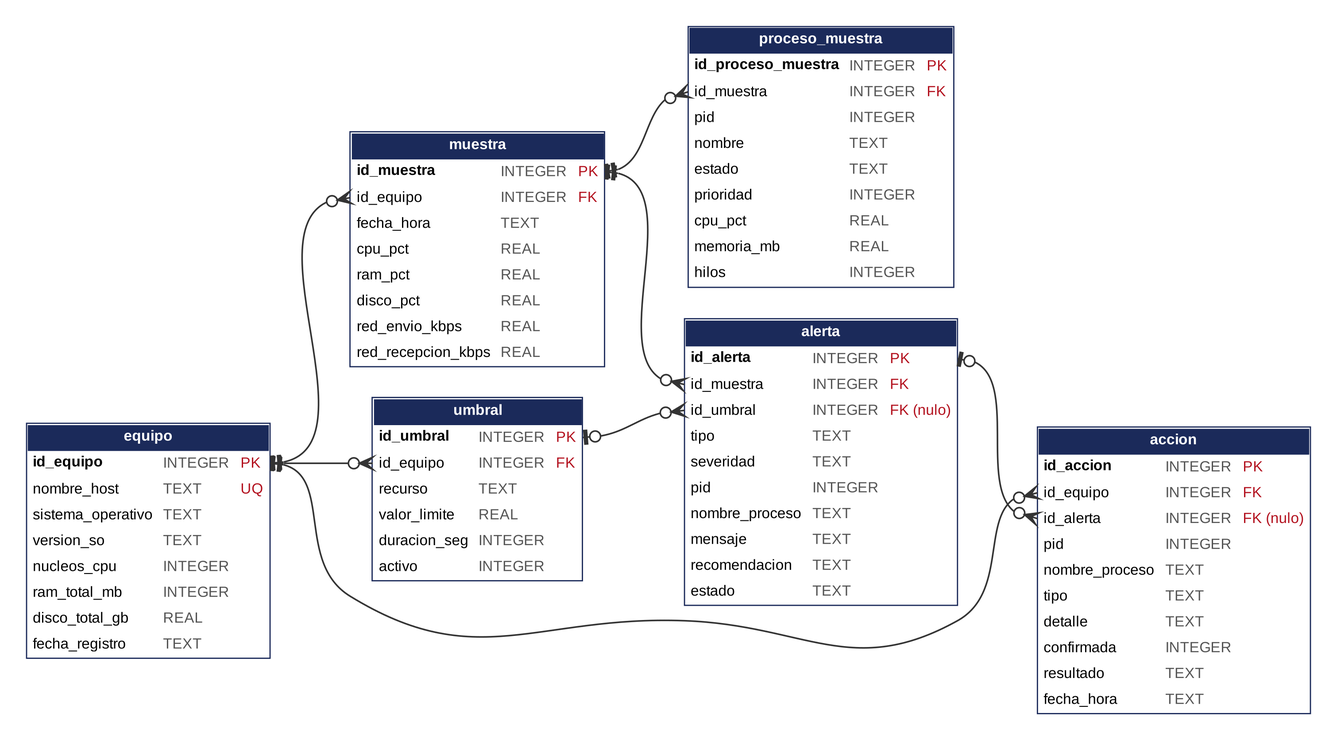
This is docs/diagramas/modelo_relacional.png from gustavo8015/MIRS_SISTEMASOPERATIVOS_G2, a Graphviz export, as it was before one commit. Its source is kept beside it as docs/diagramas/modelo_relacional.dot.
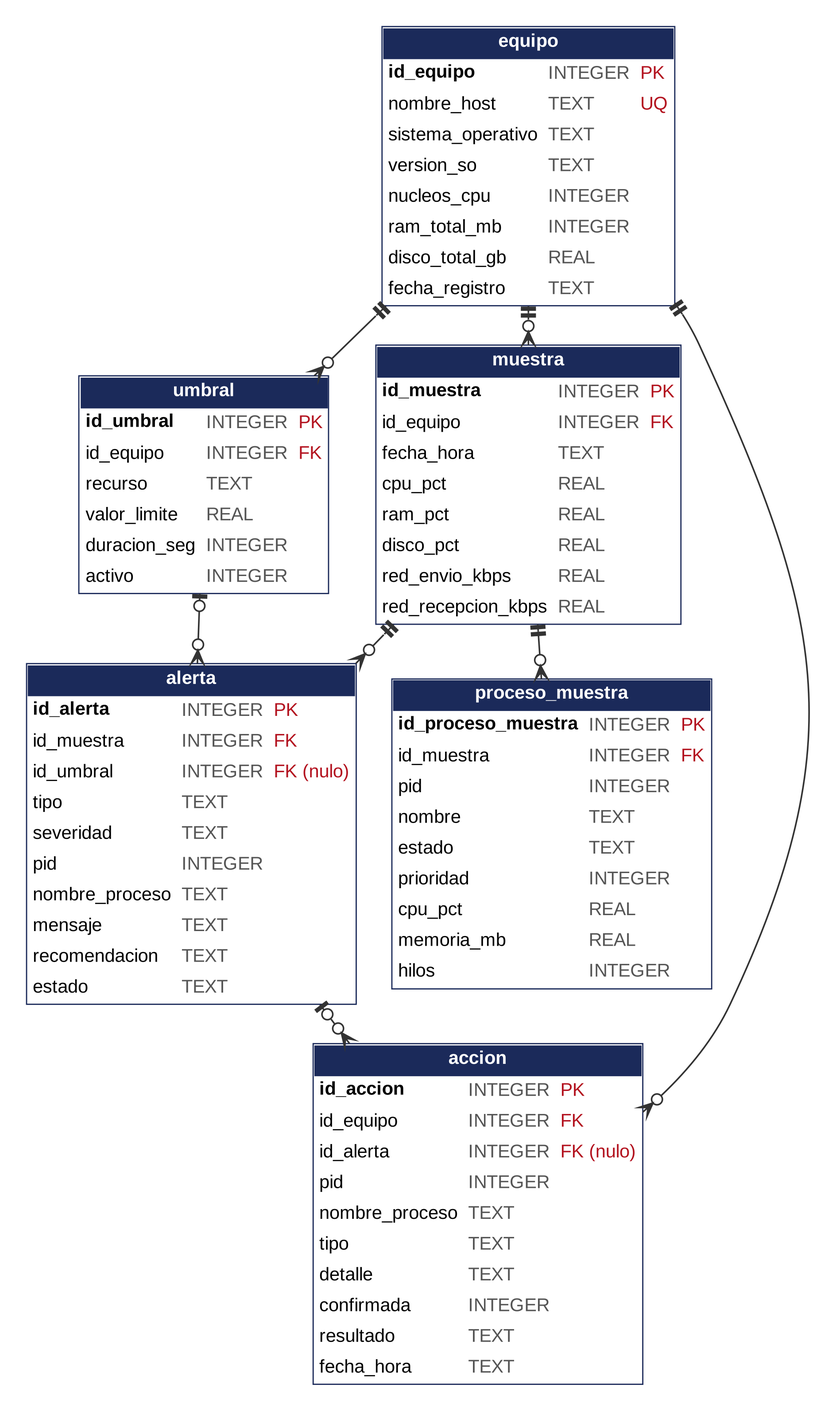
The same file after the commit.

Commit message:
docs(diagramas): modelo relacional en vertical para que sea legible en página carta

Claude-Session: https://claude.ai/code/session_01SipPYDzECWarCKyyhdepmi

Change to the diagram source:
```diff
@@ -1,6 +1,6 @@
 digraph MER {
-graph [rankdir=LR, fontname="Liberation Sans", nodesep=0.35, ranksep=0.9, splines=spline, pad=0.3, dpi=200];
-node [shape=plain, fontname="Liberation Sans", fontsize=12];
+graph [rankdir=TB, fontname="Liberation Sans", nodesep=0.4, ranksep=0.45, splines=spline, pad=0.3, dpi=200];
+node [shape=plain, fontname="Liberation Sans", fontsize=15];
 edge [dir=both, color="#333333", penwidth=1.3, arrowsize=1.1];
 equipo [label=<<TABLE BORDER="1" CELLBORDER="0" CELLSPACING="0" CELLPADDING="4" COLOR="#1b2a5a"><TR><TD COLSPAN="3" BGCOLOR="#1b2a5a"><FONT COLOR="white"><B>equipo</B></FONT></TD></TR><TR><TD ALIGN="LEFT" PORT="id_equipo_l"><B>id_equipo</B></TD><TD ALIGN="LEFT"><FONT COLOR="#555555">INTEGER</FONT></TD><TD ALIGN="LEFT" PORT="id_equipo_r"><FONT COLOR="#b3121f">PK</FONT></TD></TR><TR><TD ALIGN="LEFT" PORT="nombre_host_l">nombre_host</TD><TD ALIGN="LEFT"><FONT COLOR="#555555">TEXT</FONT></TD><TD ALIGN="LEFT" PORT="nombre_host_r"><FONT COLOR="#b3121f">UQ</FONT></TD></TR><TR><TD ALIGN="LEFT" PORT="sistema_operativo_l">sistema_operativo</TD><TD ALIGN="LEFT"><FONT COLOR="#555555">TEXT</FONT></TD><TD ALIGN="LEFT" PORT="sistema_operativo_r"><FONT COLOR="#b3121f"> </FONT></TD></TR><TR><TD ALIGN="LEFT" PORT="version_so_l">version_so</TD><TD ALIGN="LEFT"><FONT COLOR="#555555">TEXT</FONT></TD><TD ALIGN="LEFT" PORT="version_so_r"><FONT COLOR="#b3121f"> </FONT></TD></TR><TR><TD ALIGN="LEFT" PORT="nucleos_cpu_l">nucleos_cpu</TD><TD ALIGN="LEFT"><FONT COLOR="#555555">INTEGER</FONT></TD><TD ALIGN="LEFT" PORT="nucleos_cpu_r"><FONT COLOR="#b3121f"> </FONT></TD></TR><TR><TD ALIGN="LEFT" PORT="ram_total_mb_l">ram_total_mb</TD><TD ALIGN="LEFT"><FONT COLOR="#555555">INTEGER</FONT></TD><TD ALIGN="LEFT" PORT="ram_total_mb_r"><FONT COLOR="#b3121f"> </FONT></TD></TR><TR><TD ALIGN="LEFT" PORT="disco_total_gb_l">disco_total_gb</TD><TD ALIGN="LEFT"><FONT COLOR="#555555">REAL</FONT></TD><TD ALIGN="LEFT" PORT="disco_total_gb_r"><FONT COLOR="#b3121f"> </FONT></TD></TR><TR><TD ALIGN="LEFT" PORT="fecha_registro_l">fecha_registro</TD><TD ALIGN="LEFT"><FONT COLOR="#555555">TEXT</FONT></TD><TD ALIGN="LEFT" PORT="fecha_registro_r"><FONT COLOR="#b3121f"> </FONT></TD></TR></TABLE>>];
 umbral [label=<<TABLE BORDER="1" CELLBORDER="0" CELLSPACING="0" CELLPADDING="4" COLOR="#1b2a5a"><TR><TD COLSPAN="3" BGCOLOR="#1b2a5a"><FONT COLOR="white"><B>umbral</B></FONT></TD></TR><TR><TD ALIGN="LEFT" PORT="id_umbral_l"><B>id_umbral</B></TD><TD ALIGN="LEFT"><FONT COLOR="#555555">INTEGER</FONT></TD><TD ALIGN="LEFT" PORT="id_umbral_r"><FONT COLOR="#b3121f">PK</FONT></TD></TR><TR><TD ALIGN="LEFT" PORT="id_equipo_l">id_equipo</TD><TD ALIGN="LEFT"><FONT COLOR="#555555">INTEGER</FONT></TD><TD ALIGN="LEFT" PORT="id_equipo_r"><FONT COLOR="#b3121f">FK</FONT></TD></TR><TR><TD ALIGN="LEFT" PORT="recurso_l">recurso</TD><TD ALIGN="LEFT"><FONT COLOR="#555555">TEXT</FONT></TD><TD ALIGN="LEFT" PORT="recurso_r"><FONT COLOR="#b3121f"> </FONT></TD></TR><TR><TD ALIGN="LEFT" PORT="valor_limite_l">valor_limite</TD><TD ALIGN="LEFT"><FONT COLOR="#555555">REAL</FONT></TD><TD ALIGN="LEFT" PORT="valor_limite_r"><FONT COLOR="#b3121f"> </FONT></TD></TR><TR><TD ALIGN="LEFT" PORT="duracion_seg_l">duracion_seg</TD><TD ALIGN="LEFT"><FONT COLOR="#555555">INTEGER</FONT></TD><TD ALIGN="LEFT" PORT="duracion_seg_r"><FONT COLOR="#b3121f"> </FONT></TD></TR><TR><TD ALIGN="LEFT" PORT="activo_l">activo</TD><TD ALIGN="LEFT"><FONT COLOR="#555555">INTEGER</FONT></TD><TD ALIGN="LEFT" PORT="activo_r"><FONT COLOR="#b3121f"> </FONT></TD></TR></TABLE>>];
@@ -8,12 +8,12 @@
 proceso_muestra [label=<<TABLE BORDER="1" CELLBORDER="0" CELLSPACING="0" CELLPADDING="4" COLOR="#1b2a5a"><TR><TD COLSPAN="3" BGCOLOR="#1b2a5a"><FONT COLOR="white"><B>proceso_muestra</B></FONT></TD></TR><TR><TD ALIGN="LEFT" PORT="id_proceso_muestra_l"><B>id_proceso_muestra</B></TD><TD ALIGN="LEFT"><FONT COLOR="#555555">INTEGER</FONT></TD><TD ALIGN="LEFT" PORT="id_proceso_muestra_r"><FONT COLOR="#b3121f">PK</FONT></TD></TR><TR><TD ALIGN="LEFT" PORT="id_muestra_l">id_muestra</TD><TD ALIGN="LEFT"><FONT COLOR="#555555">INTEGER</FONT></TD><TD ALIGN="LEFT" PORT="id_muestra_r"><FONT COLOR="#b3121f">FK</FONT></TD></TR><TR><TD ALIGN="LEFT" PORT="pid_l">pid</TD><TD ALIGN="LEFT"><FONT COLOR="#555555">INTEGER</FONT></TD><TD ALIGN="LEFT" PORT="pid_r"><FONT COLOR="#b3121f"> </FONT></TD></TR><TR><TD ALIGN="LEFT" PORT="nombre_l">nombre</TD><TD ALIGN="LEFT"><FONT COLOR="#555555">TEXT</FONT></TD><TD ALIGN="LEFT" PORT="nombre_r"><FONT COLOR="#b3121f"> </FONT></TD></TR><TR><TD ALIGN="LEFT" PORT="estado_l">estado</TD><TD ALIGN="LEFT"><FONT COLOR="#555555">TEXT</FONT></TD><TD ALIGN="LEFT" PORT="estado_r"><FONT COLOR="#b3121f"> </FONT></TD></TR><TR><TD ALIGN="LEFT" PORT="prioridad_l">prioridad</TD><TD ALIGN="LEFT"><FONT COLOR="#555555">INTEGER</FONT></TD><TD ALIGN="LEFT" PORT="prioridad_r"><FONT COLOR="#b3121f"> </FONT></TD></TR><TR><TD ALIGN="LEFT" PORT="cpu_pct_l">cpu_pct</TD><TD ALIGN="LEFT"><FONT COLOR="#555555">REAL</FONT></TD><TD ALIGN="LEFT" PORT="cpu_pct_r"><FONT COLOR="#b3121f"> </FONT></TD></TR><TR><TD ALIGN="LEFT" PORT="memoria_mb_l">memoria_mb</TD><TD ALIGN="LEFT"><FONT COLOR="#555555">REAL</FONT></TD><TD ALIGN="LEFT" PORT="memoria_mb_r"><FONT COLOR="#b3121f"> </FONT></TD></TR><TR><TD ALIGN="LEFT" PORT="hilos_l">hilos</TD><TD ALIGN="LEFT"><FONT COLOR="#555555">INTEGER</FONT></TD><TD ALIGN="LEFT" PORT="hilos_r"><FONT COLOR="#b3121f"> </FONT></TD></TR></TABLE>>];
 alerta [label=<<TABLE BORDER="1" CELLBORDER="0" CELLSPACING="0" CELLPADDING="4" COLOR="#1b2a5a"><TR><TD COLSPAN="3" BGCOLOR="#1b2a5a"><FONT COLOR="white"><B>alerta</B></FONT></TD></TR><TR><TD ALIGN="LEFT" PORT="id_alerta_l"><B>id_alerta</B></TD><TD ALIGN="LEFT"><FONT COLOR="#555555">INTEGER</FONT></TD><TD ALIGN="LEFT" PORT="id_alerta_r"><FONT COLOR="#b3121f">PK</FONT></TD></TR><TR><TD ALIGN="LEFT" PORT="id_muestra_l">id_muestra</TD><TD ALIGN="LEFT"><FONT COLOR="#555555">INTEGER</FONT></TD><TD ALIGN="LEFT" PORT="id_muestra_r"><FONT COLOR="#b3121f">FK</FONT></TD></TR><TR><TD ALIGN="LEFT" PORT="id_umbral_l">id_umbral</TD><TD ALIGN="LEFT"><FONT COLOR="#555555">INTEGER</FONT></TD><TD ALIGN="LEFT" PORT="id_umbral_r"><FONT COLOR="#b3121f">FK (nulo)</FONT></TD></TR><TR><TD ALIGN="LEFT" PORT="tipo_l">tipo</TD><TD ALIGN="LEFT"><FONT COLOR="#555555">TEXT</FONT></TD><TD ALIGN="LEFT" PORT="tipo_r"><FONT COLOR="#b3121f"> </FONT></TD></TR><TR><TD ALIGN="LEFT" PORT="severidad_l">severidad</TD><TD ALIGN="LEFT"><FONT COLOR="#555555">TEXT</FONT></TD><TD ALIGN="LEFT" PORT="severidad_r"><FONT COLOR="#b3121f"> </FONT></TD></TR><TR><TD ALIGN="LEFT" PORT="pid_l">pid</TD><TD ALIGN="LEFT"><FONT COLOR="#555555">INTEGER</FONT></TD><TD ALIGN="LEFT" PORT="pid_r"><FONT COLOR="#b3121f"> </FONT></TD></TR><TR><TD ALIGN="LEFT" PORT="nombre_proceso_l">nombre_proceso</TD><TD ALIGN="LEFT"><FONT COLOR="#555555">TEXT</FONT></TD><TD ALIGN="LEFT" PORT="nombre_proceso_r"><FONT COLOR="#b3121f"> </FONT></TD></TR><TR><TD ALIGN="LEFT" PORT="mensaje_l">mensaje</TD><TD ALIGN="LEFT"><FONT COLOR="#555555">TEXT</FONT></TD><TD ALIGN="LEFT" PORT="mensaje_r"><FONT COLOR="#b3121f"> </FONT></TD></TR><TR><TD ALIGN="LEFT" PORT="recomendacion_l">recomendacion</TD><TD ALIGN="LEFT"><FONT COLOR="#555555">TEXT</FONT></TD><TD ALIGN="LEFT" PORT="recomendacion_r"><FONT COLOR="#b3121f"> </FONT></TD></TR><TR><TD ALIGN="LEFT" PORT="estado_l">estado</TD><TD ALIGN="LEFT"><FONT COLOR="#555555">TEXT</FONT></TD><TD ALIGN="LEFT" PORT="estado_r"><FONT COLOR="#b3121f"> </FONT></TD></TR></TABLE>>];
 accion [label=<<TABLE BORDER="1" CELLBORDER="0" CELLSPACING="0" CELLPADDING="4" COLOR="#1b2a5a"><TR><TD COLSPAN="3" BGCOLOR="#1b2a5a"><FONT COLOR="white"><B>accion</B></FONT></TD></TR><TR><TD ALIGN="LEFT" PORT="id_accion_l"><B>id_accion</B></TD><TD ALIGN="LEFT"><FONT COLOR="#555555">INTEGER</FONT></TD><TD ALIGN="LEFT" PORT="id_accion_r"><FONT COLOR="#b3121f">PK</FONT></TD></TR><TR><TD ALIGN="LEFT" PORT="id_equipo_l">id_equipo</TD><TD ALIGN="LEFT"><FONT COLOR="#555555">INTEGER</FONT></TD><TD ALIGN="LEFT" PORT="id_equipo_r"><FONT COLOR="#b3121f">FK</FONT></TD></TR><TR><TD ALIGN="LEFT" PORT="id_alerta_l">id_alerta</TD><TD ALIGN="LEFT"><FONT COLOR="#555555">INTEGER</FONT></TD><TD ALIGN="LEFT" PORT="id_alerta_r"><FONT COLOR="#b3121f">FK (nulo)</FONT></TD></TR><TR><TD ALIGN="LEFT" PORT="pid_l">pid</TD><TD ALIGN="LEFT"><FONT COLOR="#555555">INTEGER</FONT></TD><TD ALIGN="LEFT" PORT="pid_r"><FONT COLOR="#b3121f"> </FONT></TD></TR><TR><TD ALIGN="LEFT" PORT="nombre_proceso_l">nombre_proceso</TD><TD ALIGN="LEFT"><FONT COLOR="#555555">TEXT</FONT></TD><TD ALIGN="LEFT" PORT="nombre_proceso_r"><FONT COLOR="#b3121f"> </FONT></TD></TR><TR><TD ALIGN="LEFT" PORT="tipo_l">tipo</TD><TD ALIGN="LEFT"><FONT COLOR="#555555">TEXT</FONT></TD><TD ALIGN="LEFT" PORT="tipo_r"><FONT COLOR="#b3121f"> </FONT></TD></TR><TR><TD ALIGN="LEFT" PORT="detalle_l">detalle</TD><TD ALIGN="LEFT"><FONT COLOR="#555555">TEXT</FONT></TD><TD ALIGN="LEFT" PORT="detalle_r"><FONT COLOR="#b3121f"> </FONT></TD></TR><TR><TD ALIGN="LEFT" PORT="confirmada_l">confirmada</TD><TD ALIGN="LEFT"><FONT COLOR="#555555">INTEGER</FONT></TD><TD ALIGN="LEFT" PORT="confirmada_r"><FONT COLOR="#b3121f"> </FONT></TD></TR><TR><TD ALIGN="LEFT" PORT="resultado_l">resultado</TD><TD ALIGN="LEFT"><FONT COLOR="#555555">TEXT</FONT></TD><TD ALIGN="LEFT" PORT="resultado_r"><FONT COLOR="#b3121f"> </FONT></TD></TR><TR><TD ALIGN="LEFT" PORT="fecha_hora_l">fecha_hora</TD><TD ALIGN="LEFT"><FONT COLOR="#555555">TEXT</FONT></TD><TD ALIGN="LEFT" PORT="fecha_hora_r"><FONT COLOR="#b3121f"> </FONT></TD></TR></TABLE>>];
-equipo:id_equipo_r:e -> muestra:id_equipo_l:w [arrowtail=teetee, arrowhead=crowodot];
-equipo:id_equipo_r:e -> umbral:id_equipo_l:w [arrowtail=teetee, arrowhead=crowodot];
-equipo:id_equipo_r:e -> accion:id_equipo_l:w [arrowtail=teetee, arrowhead=crowodot];
-muestra:id_muestra_r:e -> proceso_muestra:id_muestra_l:w [arrowtail=teetee, arrowhead=crowodot];
-muestra:id_muestra_r:e -> alerta:id_muestra_l:w [arrowtail=teetee, arrowhead=crowodot];
-umbral:id_umbral_r:e -> alerta:id_umbral_l:w [arrowtail=teeodot, arrowhead=crowodot];
-alerta:id_alerta_r:e -> accion:id_alerta_l:w [arrowtail=teeodot, arrowhead=crowodot];
+equipo -> muestra [arrowtail=teetee, arrowhead=crowodot];
+equipo -> umbral [arrowtail=teetee, arrowhead=crowodot];
+equipo -> accion [arrowtail=teetee, arrowhead=crowodot];
+muestra -> proceso_muestra [arrowtail=teetee, arrowhead=crowodot];
+muestra -> alerta [arrowtail=teetee, arrowhead=crowodot];
+umbral -> alerta [arrowtail=teeodot, arrowhead=crowodot];
+alerta -> accion [arrowtail=teeodot, arrowhead=crowodot];
 {rank=same; umbral; muestra;} {rank=same; alerta; proceso_muestra;}
 }
```
